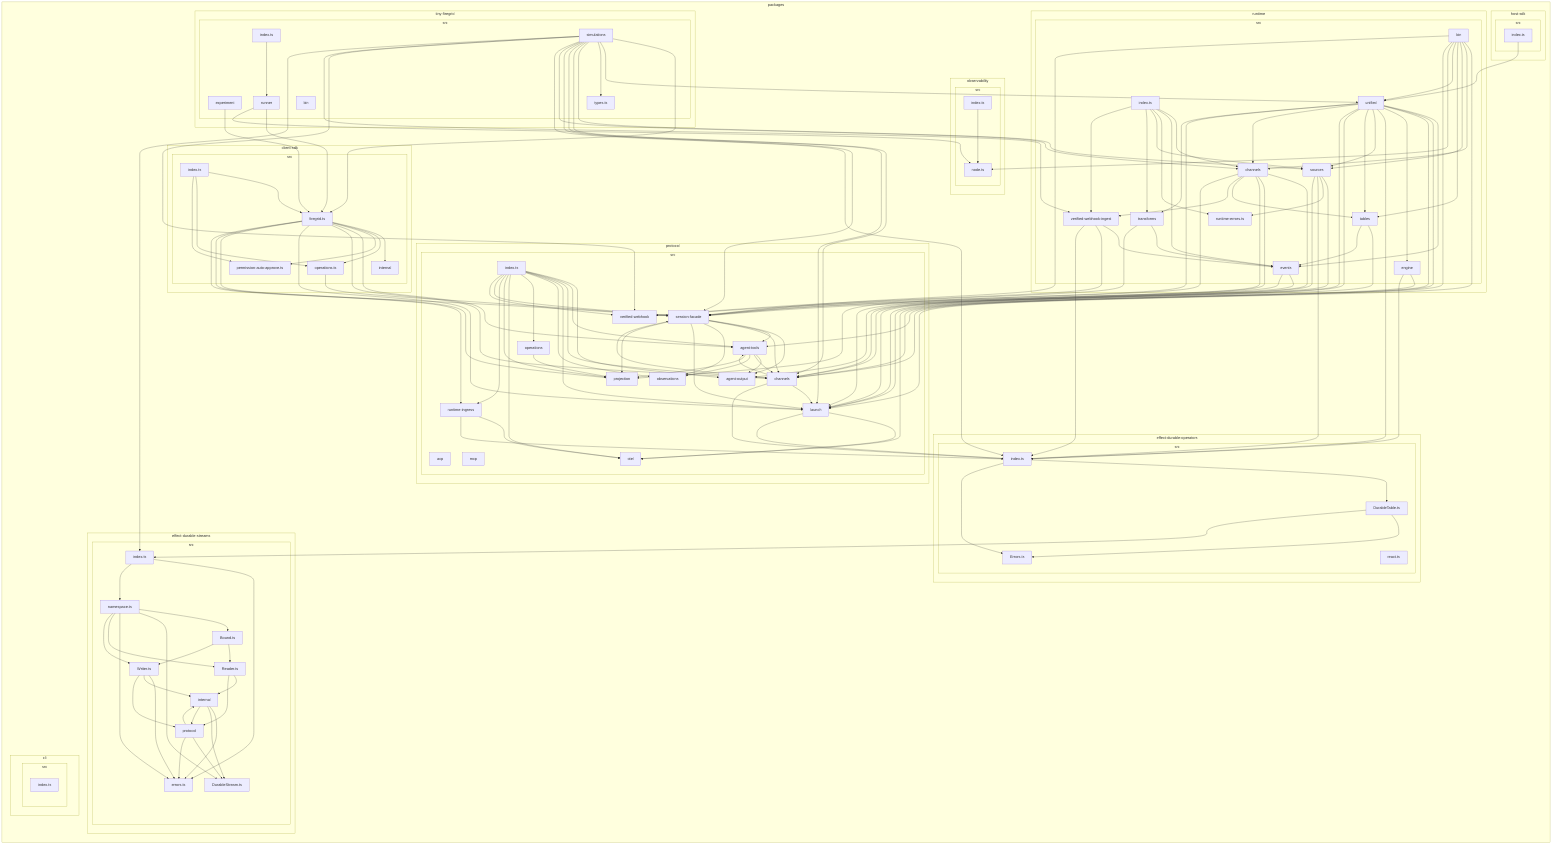
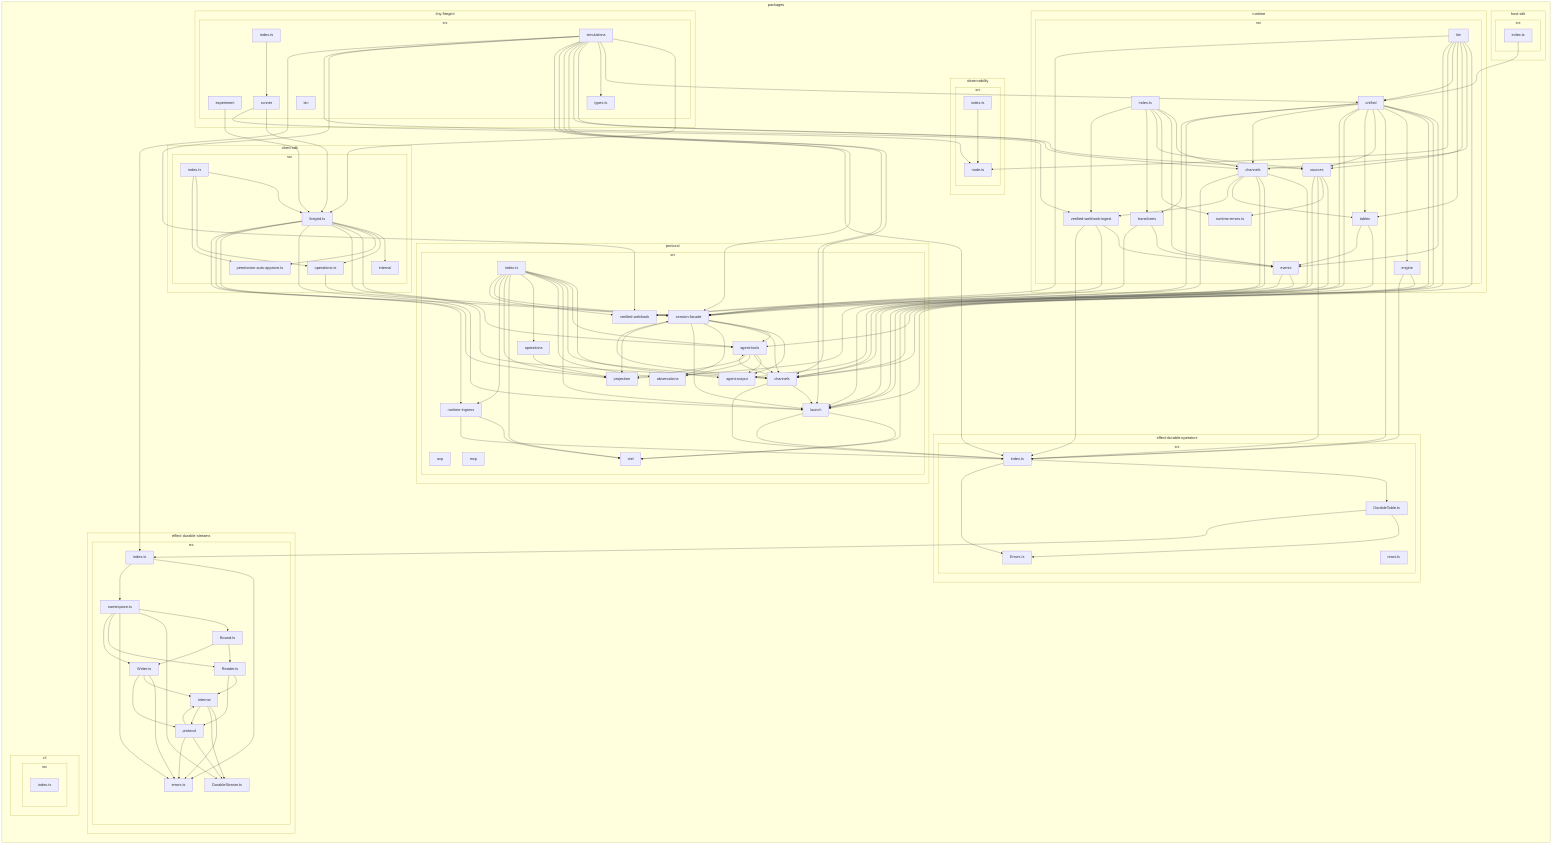
flowchart LR

subgraph 0["packages"]
subgraph 1["cli"]
subgraph 2["src"]
3["index.ts"]
end
end
subgraph 4["client-sdk"]
subgraph 5["src"]
6["firegrid.ts"]
7["index.ts"]
8["internal"]
9["operations.ts"]
A["permission-auto-approve.ts"]
end
end
subgraph B["effect-durable-operators"]
subgraph C["src"]
D["DurableTable.ts"]
E["Errors.ts"]
F["index.ts"]
G["react.ts"]
end
end
subgraph H["effect-durable-streams"]
subgraph I["src"]
J["Bound.ts"]
K["DurableStream.ts"]
L["Reader.ts"]
M["Writer.ts"]
N["errors.ts"]
O["index.ts"]
P["internal"]
Q["namespace.ts"]
R["protocol"]
end
end
subgraph S["host-sdk"]
subgraph T["src"]
U["index.ts"]
end
end
subgraph V["observability"]
subgraph W["src"]
X["index.ts"]
Y["node.ts"]
end
end
subgraph Z["protocol"]
subgraph 10["src"]
11["acp"]
12["agent-output"]
13["agent-tools"]
14["channels"]
15["index.ts"]
16["launch"]
17["mcp"]
18["observations"]
19["operations"]
1A["otel"]
1B["projection"]
1C["runtime-ingress"]
1D["session-facade"]
1E["verified-webhook"]
end
end
subgraph 1F["runtime"]
subgraph 1G["src"]
1H["bin"]
1I["channels"]
1J["engine"]
1K["events"]
1L["index.ts"]
1M["runtime-errors.ts"]
1N["sources"]
1O["tables"]
1P["transforms"]
1Q["unified"]
1R["verified-webhook-ingest"]
end
end
subgraph 1S["tiny-firegrid"]
subgraph 1T["src"]
1U["bin"]
1V["experiment"]
1W["index.ts"]
1X["runner"]
1Y["simulations"]
1Z["types.ts"]
end
end
end
6-->8
6-->9
6-->A
6-->13
6-->14
6-->16
6-->1B
6-->1C
6-->1D
7-->6
7-->9
7-->A
9-->1D
D-->E
D-->O
F-->D
F-->E
J-->L
J-->M
L-->P
L-->R
M-->N
M-->P
M-->R
O-->N
O-->Q
P-->N
P-->K
P-->R
Q-->J
Q-->K
Q-->N
Q-->L
Q-->M
R-->K
R-->P
R-->N
U-->1Q
X-->Y
13-->12
13-->14
13-->18
13-->1B
14-->13
14-->16
14-->1D
14-->F
15-->12
15-->13
15-->14
15-->16
15-->18
15-->19
15-->1A
15-->1B
15-->1C
15-->1D
15-->1E
16-->1A
16-->F
19-->1B
1C-->1A
1C-->F
1D-->12
1D-->13
1D-->14
1D-->18
1D-->16
1D-->1B
1H-->16
1H-->1I
1H-->1N
1H-->1O
1H-->1Q
1H-->Y
1H-->14
1H-->1D
1I-->14
1I-->16
1I-->1D
1I-->1O
1I-->1R
1I-->1E
1J-->1A
1J-->F
1K-->12
1K-->1D
1L-->1I
1L-->1K
1L-->1M
1L-->1N
1L-->1P
1L-->1R
1N-->16
1N-->1M
1N-->F
1N-->14
1O-->16
1O-->1K
1P-->1K
1P-->1D
1Q-->1K
1Q-->13
1Q-->14
1Q-->1J
1Q-->F
1Q-->1N
1Q-->1O
1Q-->16
1Q-->1D
1Q-->1I
1Q-->1B
1Q-->1P
1R-->1K
1R-->1E
1R-->F
1V-->6
1W-->1X
1X-->6
1X-->Y
1Y-->6
1Y-->1Q
1Y-->1Z
1Y-->1N
+ 1Y-->1I
1Y-->14
1Y-->16
1Y-->1D
- 1Y-->1I
1Y-->F
1Y-->1E
1Y-->1R
1Y-->O
